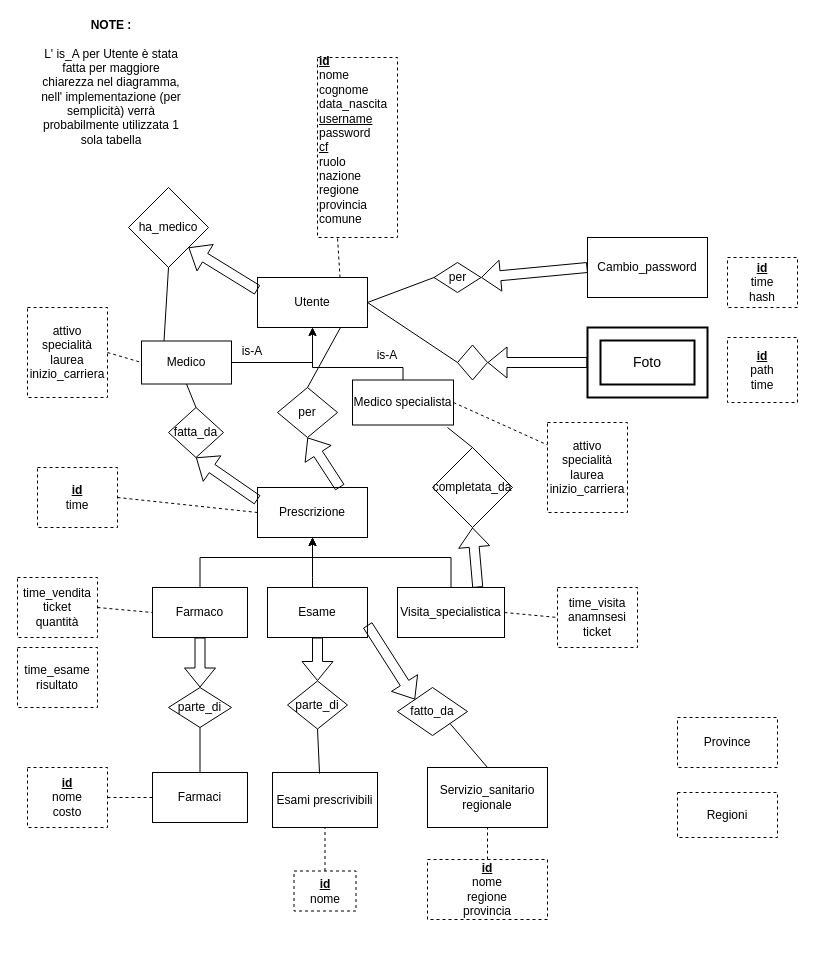
The draw.io diagram db/ER_prog_web.drawio in CarrettaRiccardo/university-prog-web, before the edit. Source tidied: cells renumbered, new cells numbered last; positions are measured from the earlier drawing's top-left corner, leaving out a move shared by most shapes. Both pictures are drawn from the tidied source at 100%, with x=0, y=0 at pixel (17, 17).
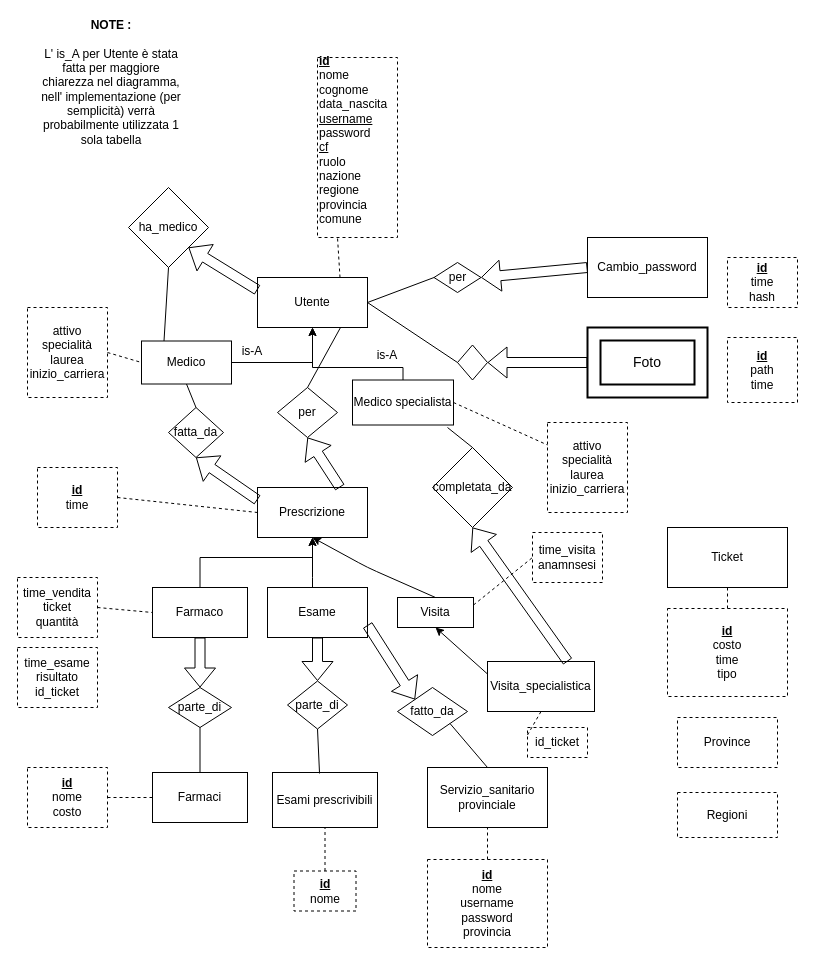
The same page after the edit.

Commit message (it also covers changes not shown here):
Aggiornato DB con ticket Aggiunto UtenteDao

The change refers to these unchanged cells:
```xml
<mxCell id="9" value="Prescrizione" style="rounded=0;whiteSpace=wrap;html=1;" parent="1" vertex="1">
  <mxGeometry x="240" y="470" width="110" height="50" as="geometry" />
</mxCell>
```

Change to the diagram source:
```diff
@@
-    <mxCell id="19" style="edgeStyle=orthogonalEdgeStyle;rounded=0;jettySize=auto;html=1;entryX=0.5;entryY=1;entryDx=0;entryDy=0;" parent="1" edge="1" source="20" target="9">
-      <mxGeometry relative="1" as="geometry">
-        <Array as="points">
-          <mxPoint x="434" y="540" />
-          <mxPoint x="295" y="540" />
-        </Array>
-      </mxGeometry>
-    </mxCell>
     <mxCell id="20" value="Visita_specialistica" style="rounded=0;whiteSpace=wrap;html=1;" parent="1" vertex="1">
-      <mxGeometry x="380" y="570" width="107" height="50" as="geometry" />
+      <mxGeometry x="470" y="644" width="107" height="50" as="geometry" />
     </mxCell>
@@
-    <mxCell id="28" value="Servizio_sanitario regionale" style="rounded=0;whiteSpace=wrap;html=1;" parent="1" vertex="1">
+    <mxCell id="28" value="Servizio_sanitario provinciale" style="rounded=0;whiteSpace=wrap;html=1;" parent="1" vertex="1">
       <mxGeometry x="410" y="750" width="120" height="60" as="geometry" />
     </mxCell>
@@
-    <mxCell id="59" value="time_esame&lt;br&gt;risultato&lt;br&gt;" style="text;html=1;strokeColor=#000000;fillColor=none;align=center;verticalAlign=middle;whiteSpace=wrap;rounded=0;dashed=1;" parent="1" vertex="1">
+    <mxCell id="59" value="time_esame&lt;br&gt;risultato&lt;br&gt;id_ticket" style="text;html=1;strokeColor=#000000;fillColor=none;align=center;verticalAlign=middle;whiteSpace=wrap;rounded=0;dashed=1;" parent="1" vertex="1">
       <mxGeometry y="630" width="80" height="60" as="geometry" />
     </mxCell>
-    <mxCell id="60" value="time_visita&lt;br&gt;anamnsesi&lt;br&gt;ticket&lt;br&gt;" style="text;html=1;strokeColor=#000000;fillColor=none;align=center;verticalAlign=middle;whiteSpace=wrap;rounded=0;dashed=1;" parent="1" vertex="1">
-      <mxGeometry x="540" y="570" width="80" height="60" as="geometry" />
+    <mxCell id="60" value="time_visita&lt;br&gt;anamnsesi&lt;br&gt;" style="text;html=1;strokeColor=#000000;fillColor=none;align=center;verticalAlign=middle;whiteSpace=wrap;rounded=0;dashed=1;" parent="1" vertex="1">
+      <mxGeometry x="515" y="515" width="70" height="50" as="geometry" />
     </mxCell>
@@
-    <mxCell id="63" value="&lt;u style=&quot;font-weight: bold&quot;&gt;id&lt;/u&gt;&lt;br&gt;nome&lt;br&gt;regione&lt;br&gt;provincia&lt;br&gt;" style="rounded=0;whiteSpace=wrap;html=1;strokeColor=#000000;align=center;dashed=1;" parent="1" vertex="1">
-      <mxGeometry x="410" y="842" width="120" height="60" as="geometry" />
+    <mxCell id="63" value="&lt;u style=&quot;font-weight: bold&quot;&gt;id&lt;/u&gt;&lt;br&gt;nome&lt;br&gt;username&lt;br&gt;password&lt;br&gt;provincia" style="rounded=0;whiteSpace=wrap;html=1;strokeColor=#000000;align=center;dashed=1;" parent="1" vertex="1">
+      <mxGeometry x="410" y="842" width="120" height="88" as="geometry" />
     </mxCell>
-    <mxCell id="64" style="endArrow=none;dashed=1;html=1;entryX=0;entryY=0.5;entryDx=0;entryDy=0;exitX=1;exitY=0.5;exitDx=0;exitDy=0;" parent="1" edge="1" source="20" target="60">
+    <mxCell id="64" style="endArrow=none;dashed=1;html=1;entryX=0;entryY=0.5;entryDx=0;entryDy=0;exitX=1;exitY=0.25;exitDx=0;exitDy=0;" parent="1" edge="1" source="75" target="60">
       <mxGeometry relative="1" as="geometry" />
     </mxCell>
@@
+    <mxCell id="72" value="Ticket" style="rounded=0;whiteSpace=wrap;html=1;" parent="1" vertex="1">
+      <mxGeometry x="650" y="510" width="120" height="60" as="geometry" />
+    </mxCell>
+    <mxCell id="73" value="&lt;u style=&quot;font-weight: bold&quot;&gt;id&lt;/u&gt;&lt;br&gt;costo&lt;br&gt;time&lt;br&gt;tipo" style="rounded=0;whiteSpace=wrap;html=1;strokeColor=#000000;align=center;dashed=1;" parent="1" vertex="1">
+      <mxGeometry x="650" y="591" width="120" height="88" as="geometry" />
+    </mxCell>
+    <mxCell id="74" style="endArrow=none;dashed=1;html=1;entryX=0.5;entryY=1;entryDx=0;entryDy=0;exitX=0.5;exitY=0;exitDx=0;exitDy=0;" parent="1" edge="1" source="73" target="72">
+      <mxGeometry relative="1" as="geometry" />
+    </mxCell>
+    <mxCell id="75" value="Visita" style="rounded=0;whiteSpace=wrap;html=1;" parent="1" vertex="1">
+      <mxGeometry x="380" y="580" width="76" height="30" as="geometry" />
+    </mxCell>
+    <mxCell id="76" style="endArrow=classic;html=1;entryX=0.5;entryY=1;entryDx=0;entryDy=0;exitX=0.5;exitY=0;exitDx=0;exitDy=0;" parent="1" edge="1" source="75" target="9">
+      <mxGeometry relative="1" as="geometry">
+        <Array as="points">
+          <mxPoint x="350" y="550" />
+        </Array>
+      </mxGeometry>
+    </mxCell>
+    <mxCell id="77" style="endArrow=classic;html=1;entryX=0.5;entryY=1;entryDx=0;entryDy=0;exitX=0;exitY=0.25;exitDx=0;exitDy=0;" parent="1" edge="1" source="20" target="75">
+      <mxGeometry relative="1" as="geometry" />
+    </mxCell>
+    <mxCell id="78" value="id_ticket" style="text;html=1;strokeColor=#000000;fillColor=none;align=center;verticalAlign=middle;whiteSpace=wrap;rounded=0;dashed=1;" parent="1" vertex="1">
+      <mxGeometry x="510" y="710" width="60" height="30" as="geometry" />
+    </mxCell>
+    <mxCell id="79" style="endArrow=none;dashed=1;html=1;entryX=0.5;entryY=1;entryDx=0;entryDy=0;exitX=0;exitY=0.25;exitDx=0;exitDy=0;" parent="1" edge="1" source="78" target="20">
+      <mxGeometry relative="1" as="geometry" />
+    </mxCell>
```
